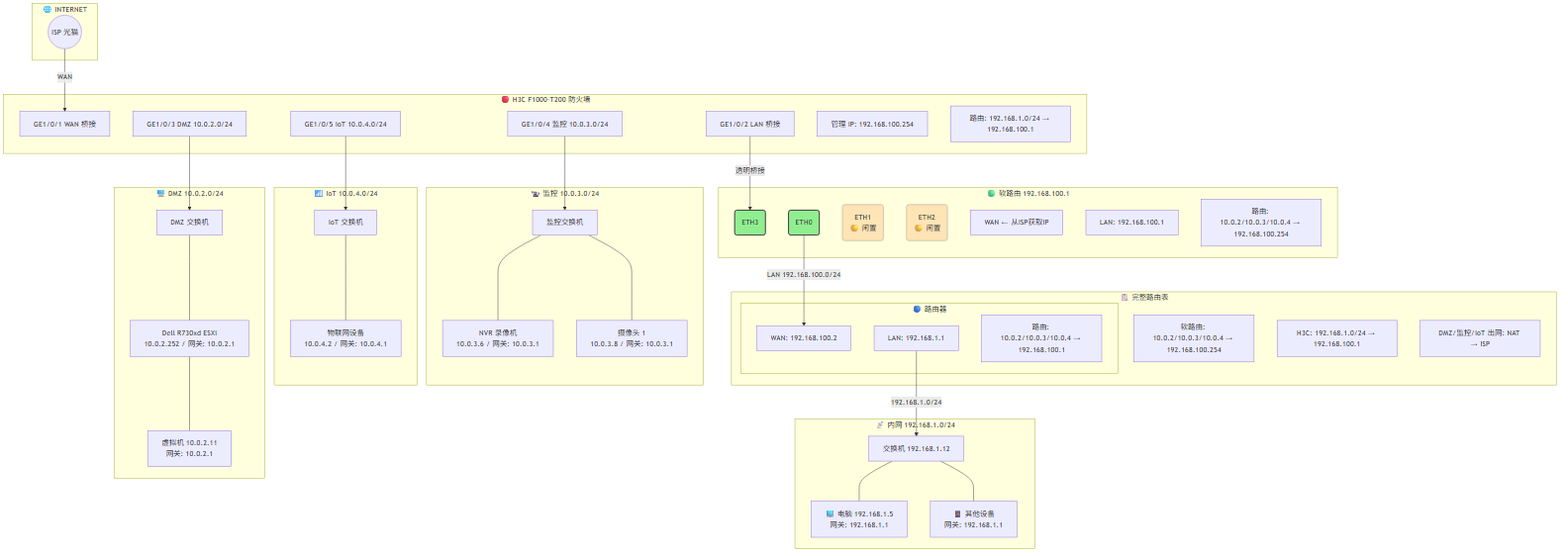
Earlier version of the Mermaid export source/img/topo-full.png (never-give-up-cn/myhome). Its source is kept beside it as source/img/topo-full.mmd.
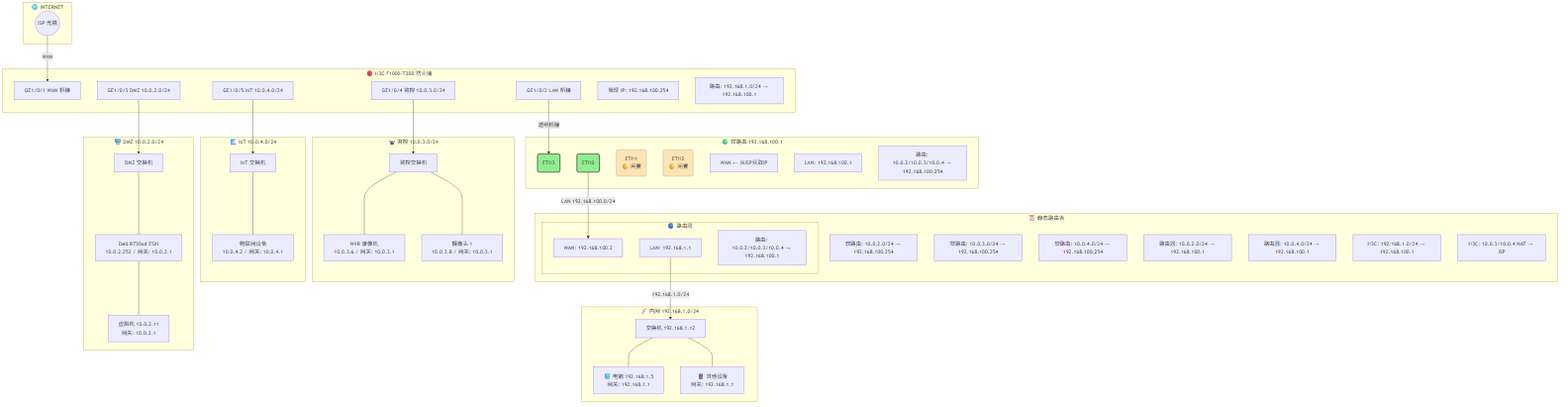
After the change.

Commit message:
feat: 两个拓扑图均新增详细路由表

The edit, as a diff of the source:
```diff
@@ -67,11 +67,15 @@
     GE5 --> IOT_SW
     IOT_SW --- IOT_DEV
 
-    subgraph ROUTES["📋 完整路由表"]
-        R1["软路由: 10.0.2/10.0.3/10.0.4 → 192.168.100.254"]
-        R2["路由器: 10.0.2/10.0.3/10.0.4 → 192.168.100.1"]
-        R3["H3C: 192.168.1.0/24 → 192.168.100.1"]
-        R4["DMZ/监控/IoT 出网: NAT → ISP"]
+    subgraph ROUTES["📋 静态路由表"]
+        SR1["软路由: 10.0.2.0/24 → 192.168.100.254"]
+        SR2["软路由: 10.0.3.0/24 → 192.168.100.254"]
+        SR3["软路由: 10.0.4.0/24 → 192.168.100.254"]
+        R1["路由器: 10.0.2.0/24 → 192.168.100.1"]
+        R2["路由器: 10.0.3.0/24 → 192.168.100.1"]
+        R3["路由器: 10.0.4.0/24 → 192.168.100.1"]
+        H1["H3C: 192.168.1.0/24 → 192.168.100.1"]
+        H2["H3C: 10.0.3/10.0.4 NAT → ISP"]
     end
 
     classDef port fill:#90EE90,stroke:#333,stroke-width:2
```
